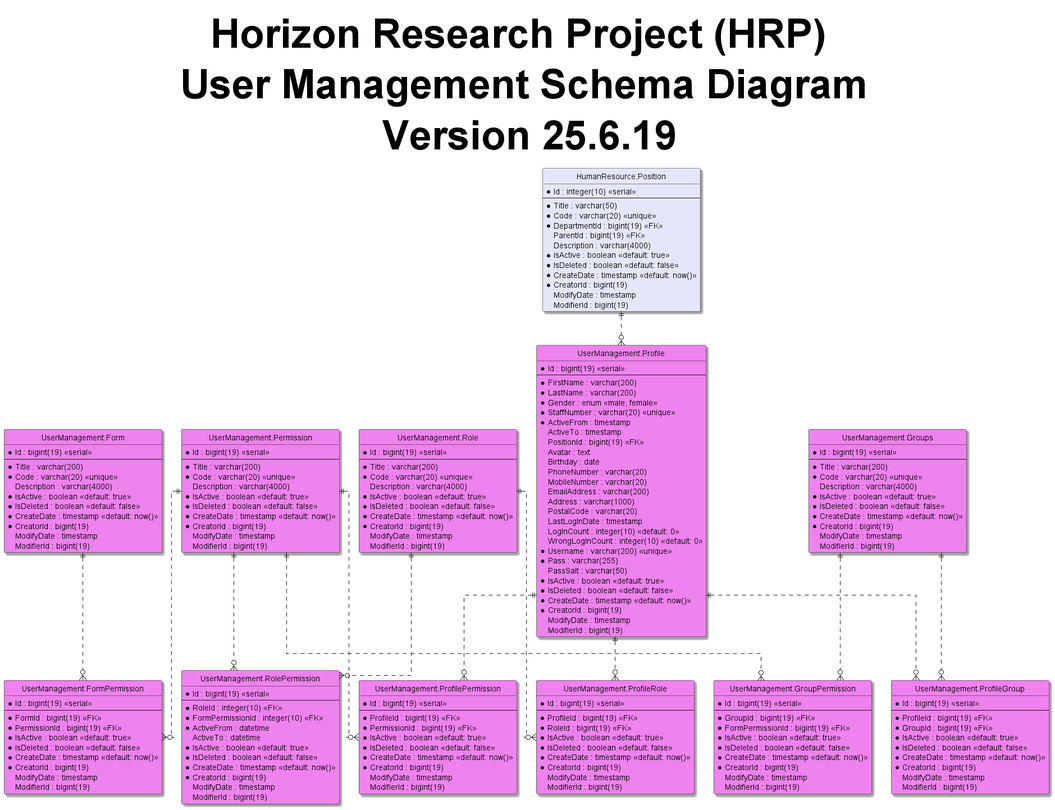
The PlantUML diagram 3-HorizonModeling/3.1-HorizonUml/out/ERD/Schemas/UserManagementSchemaDiagram.png in shadowfox1984/Horizon, before a commit. Its diagram source:
```plantuml
@startuml
hide circle
skinparam classBackgroundColor #Business
skinparam linetype ortho
skinparam Shadowing True
skinparam TitleFontSize 72pt

title Horizon Research Project (HRP) \n User Management Schema Diagram \n Version 25.6.19

entity "HumanResource.Position" as position #Lavender{
  *Id : integer(10) <<serial>>
  --
  *Title : varchar(50)
  *Code : varchar(20) <<unique>>
  *DepartmentId : bigint(19) <<FK>>
  ParentId : bigint(19) <<FK>>
  Description : varchar(4000)
  *IsActive : boolean <<default: true>>
  *IsDeleted : boolean <<default: false>>
  *CreateDate : timestamp <<default: now()>>
  *CreatorId : bigint(19)
  ModifyDate : timestamp
  ModifierId : bigint(19)
}

entity "UserManagement.Role" as role #Violet{
  *Id : bigint(19) <<serial>>
  --
  *Title : varchar(200)
  *Code : varchar(20) <<unique>>
  Description : varchar(4000)
  *IsActive : boolean <<default: true>>
  *IsDeleted : boolean <<default: false>>
  *CreateDate : timestamp <<default: now()>>
  *CreatorId : bigint(19)
  ModifyDate : timestamp
  ModifierId : bigint(19)
}

entity "UserManagement.Groups" as groups #Violet{
  *Id : bigint(19) <<serial>>
  --
  *Title : varchar(200)
  *Code : varchar(20) <<unique>>
  Description : varchar(4000)
  *IsActive : boolean <<default: true>>
  *IsDeleted : boolean <<default: false>>
  *CreateDate : timestamp <<default: now()>>
  *CreatorId : bigint(19)
  ModifyDate : timestamp
  ModifierId : bigint(19)
}

entity "UserManagement.Permission" as permission #Violet{
  *Id : bigint(19) <<serial>>
  --
  *Title : varchar(200)
  *Code : varchar(20) <<unique>>
  Description : varchar(4000)
  *IsActive : boolean <<default: true>>
  *IsDeleted : boolean <<default: false>>
  *CreateDate : timestamp <<default: now()>>
  *CreatorId : bigint(19)
  ModifyDate : timestamp
  ModifierId : bigint(19)
}

entity "UserManagement.Form" as form #Violet{
  *Id : bigint(19) <<serial>>
  --
  *Title : varchar(200)
  *Code : varchar(20) <<unique>>
  Description : varchar(4000)
  *IsActive : boolean <<default: true>>
  *IsDeleted : boolean <<default: false>>
  *CreateDate : timestamp <<default: now()>>
  *CreatorId : bigint(19)
  ModifyDate : timestamp
  ModifierId : bigint(19)
}

entity "UserManagement.FormPermission" as formPermission #Violet{
  *Id : bigint(19) <<serial>>
  --
  *FormId : bigint(19) <<FK>>
  *PermissionId : bigint(19) <<FK>>
  *IsActive : boolean <<default: true>>
  *IsDeleted : boolean <<default: false>>
  *CreateDate : timestamp <<default: now()>>
  *CreatorId : bigint(19)
  ModifyDate : timestamp
  ModifierId : bigint(19)
}

entity "UserManagement.RolePermission" as rolePermission #Violet{
  *Id : bigint(19) <<serial>>
  --
  *RoleId : integer(10) <<FK>>
  *FormPermissionId : integer(10) <<FK>>
  *ActiveFrom : datetime
  ActiveTo : datetime
  *IsActive : boolean <<default: true>>
  *IsDeleted : boolean <<default: false>>
  *CreateDate : timestamp <<default: now()>>
  *CreatorId : bigint(19)
  ModifyDate : timestamp
  ModifierId : bigint(19)
}

entity "UserManagement.GroupPermission" as groupPermission #Violet{
  *Id : bigint(19) <<serial>>
  --
  *GroupId : bigint(19) <<FK>>
  *FormPermissionId : bigint(19) <<FK>>
  *IsActive : boolean <<default: true>>
  *IsDeleted : boolean <<default: false>>
  *CreateDate : timestamp <<default: now()>>
  *CreatorId : bigint(19)
  ModifyDate : timestamp
  ModifierId : bigint(19)
}

entity "UserManagement.ProfilePermission" as profilePermission #Violet{
  *Id : bigint(19) <<serial>>
  --
  *ProfileId : bigint(19) <<FK>>
  *PermissionId : bigint(19) <<FK>>
  *IsActive : boolean <<default: true>>
  *IsDeleted : boolean <<default: false>>
  *CreateDate : timestamp <<default: now()>>
  *CreatorId : bigint(19)
  ModifyDate : timestamp
  ModifierId : bigint(19)
}

entity "UserManagement.Profile" as profile #Violet{
  *Id : bigint(19) <<serial>>
  --
  *FirstName : varchar(200)
  *LastName : varchar(200)
  *Gender : enum <<male, female>>
  *StaffNumber : varchar(20) <<unique>>
  *ActiveFrom : timestamp
  ActiveTo : timestamp
  PositionId : bigint(19) <<FK>>
  Avatar : text
  Birthday : date
  PhoneNumber : varchar(20)
  MobileNumber : varchar(20)
  EmailAddress : varchar(200)
  Address : varchar(1000)
  PostalCode : varchar(20)
  LastLogInDate : timestamp
  LogInCount : integer(10) <<default: 0>>
  WrongLogInCount : integer(10) <<default: 0>>
  *Username : varchar(200) <<unique>>
  *Pass : varchar(255)
  PassSalt : varchar(50)
  *IsActive : boolean <<default: true>>
  *IsDeleted : boolean <<default: false>>
  *CreateDate : timestamp <<default: now()>>
  *CreatorId : bigint(19)
  ModifyDate : timestamp
  ModifierId : bigint(19)
}

entity "UserManagement.ProfileRole" as profileRole #Violet{
  *Id : bigint(19) <<serial>>
  --
  *ProfileId : bigint(19) <<FK>>
  *RoleId : bigint(19) <<FK>>
  *IsActive : boolean <<default: true>>
  *IsDeleted : boolean <<default: false>>
  *CreateDate : timestamp <<default: now()>>
  *CreatorId : bigint(19)
  ModifyDate : timestamp
  ModifierId : bigint(19)
}

entity "UserManagement.ProfileGroup" as profileGroup #Violet{
  *Id : bigint(19) <<serial>>
  --
  *ProfileId : bigint(19) <<FK>>
  *GroupId : bigint(19) <<FK>>
  *IsActive : boolean <<default: true>>
  *IsDeleted : boolean <<default: false>>
  *CreateDate : timestamp <<default: now()>>
  *CreatorId : bigint(19)
  ModifyDate : timestamp
  ModifierId : bigint(19)
}

form ||..o{ formPermission
permission ||..o{ formPermission
role ||..o{ rolePermission
permission ||..o{ rolePermission
groups ||..o{ groupPermission
permission ||..o{ groupPermission
profile ||..o{ profilePermission
permission ||..o{ profilePermission
profile ||..o{ profileRole
role ||..o{ profileRole
profile ||..o{ profileGroup
groups ||..o{ profileGroup
position ||..o{ profile

@enduml
```
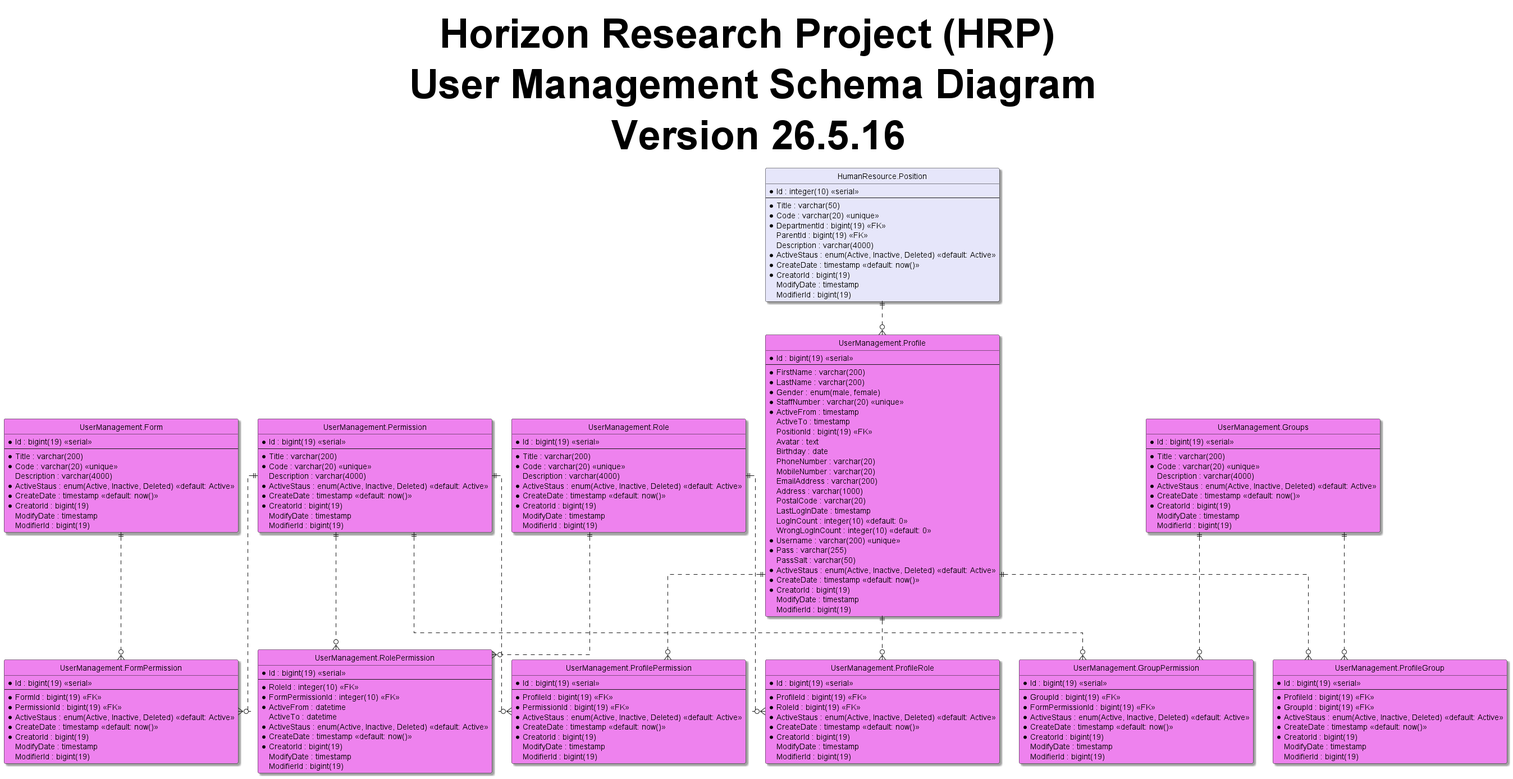
After the commit.

What changed in the source:
```diff
@@ -5,7 +5,7 @@
 skinparam Shadowing True
 skinparam TitleFontSize 72pt
 
-title Horizon Research Project (HRP) \n User Management Schema Diagram \n Version 25.6.19
+title Horizon Research Project (HRP) \n User Management Schema Diagram \n Version 26.5.16
 
 entity "HumanResource.Position" as position #Lavender{
   *Id : integer(10) <<serial>>
@@ -15,8 +15,7 @@
   *DepartmentId : bigint(19) <<FK>>
   ParentId : bigint(19) <<FK>>
   Description : varchar(4000)
-  *IsActive : boolean <<default: true>>
-  *IsDeleted : boolean <<default: false>>
+  *ActiveStaus : enum(Active, Inactive, Deleted) <<default: Active>>
   *CreateDate : timestamp <<default: now()>>
   *CreatorId : bigint(19)
   ModifyDate : timestamp
@@ -29,8 +28,7 @@
   *Title : varchar(200)
   *Code : varchar(20) <<unique>>
   Description : varchar(4000)
-  *IsActive : boolean <<default: true>>
-  *IsDeleted : boolean <<default: false>>
+  *ActiveStaus : enum(Active, Inactive, Deleted) <<default: Active>>
   *CreateDate : timestamp <<default: now()>>
   *CreatorId : bigint(19)
   ModifyDate : timestamp
@@ -43,8 +41,7 @@
   *Title : varchar(200)
   *Code : varchar(20) <<unique>>
   Description : varchar(4000)
-  *IsActive : boolean <<default: true>>
-  *IsDeleted : boolean <<default: false>>
+  *ActiveStaus : enum(Active, Inactive, Deleted) <<default: Active>>
   *CreateDate : timestamp <<default: now()>>
   *CreatorId : bigint(19)
   ModifyDate : timestamp
@@ -57,8 +54,7 @@
   *Title : varchar(200)
   *Code : varchar(20) <<unique>>
   Description : varchar(4000)
-  *IsActive : boolean <<default: true>>
-  *IsDeleted : boolean <<default: false>>
+  *ActiveStaus : enum(Active, Inactive, Deleted) <<default: Active>>
   *CreateDate : timestamp <<default: now()>>
   *CreatorId : bigint(19)
   ModifyDate : timestamp
@@ -71,8 +67,7 @@
   *Title : varchar(200)
   *Code : varchar(20) <<unique>>
   Description : varchar(4000)
-  *IsActive : boolean <<default: true>>
-  *IsDeleted : boolean <<default: false>>
+  *ActiveStaus : enum(Active, Inactive, Deleted) <<default: Active>>
   *CreateDate : timestamp <<default: now()>>
   *CreatorId : bigint(19)
   ModifyDate : timestamp
@@ -84,8 +79,7 @@
   --
   *FormId : bigint(19) <<FK>>
   *PermissionId : bigint(19) <<FK>>
-  *IsActive : boolean <<default: true>>
-  *IsDeleted : boolean <<default: false>>
+  *ActiveStaus : enum(Active, Inactive, Deleted) <<default: Active>>
   *CreateDate : timestamp <<default: now()>>
   *CreatorId : bigint(19)
   ModifyDate : timestamp
@@ -99,8 +93,7 @@
   *FormPermissionId : integer(10) <<FK>>
   *ActiveFrom : datetime
   ActiveTo : datetime
-  *IsActive : boolean <<default: true>>
-  *IsDeleted : boolean <<default: false>>
+  *ActiveStaus : enum(Active, Inactive, Deleted) <<default: Active>>
   *CreateDate : timestamp <<default: now()>>
   *CreatorId : bigint(19)
   ModifyDate : timestamp
@@ -112,8 +105,7 @@
   --
   *GroupId : bigint(19) <<FK>>
   *FormPermissionId : bigint(19) <<FK>>
-  *IsActive : boolean <<default: true>>
-  *IsDeleted : boolean <<default: false>>
+  *ActiveStaus : enum(Active, Inactive, Deleted) <<default: Active>>
   *CreateDate : timestamp <<default: now()>>
   *CreatorId : bigint(19)
   ModifyDate : timestamp
@@ -125,8 +117,7 @@
   --
   *ProfileId : bigint(19) <<FK>>
   *PermissionId : bigint(19) <<FK>>
-  *IsActive : boolean <<default: true>>
-  *IsDeleted : boolean <<default: false>>
+  *ActiveStaus : enum(Active, Inactive, Deleted) <<default: Active>>
   *CreateDate : timestamp <<default: now()>>
   *CreatorId : bigint(19)
   ModifyDate : timestamp
@@ -138,7 +129,7 @@
   --
   *FirstName : varchar(200)
   *LastName : varchar(200)
-  *Gender : enum <<male, female>>
+  *Gender : enum(male, female)
   *StaffNumber : varchar(20) <<unique>>
   *ActiveFrom : timestamp
   ActiveTo : timestamp
@@ -156,8 +147,7 @@
   *Username : varchar(200) <<unique>>
   *Pass : varchar(255)
   PassSalt : varchar(50)
-  *IsActive : boolean <<default: true>>
-  *IsDeleted : boolean <<default: false>>
+  *ActiveStaus : enum(Active, Inactive, Deleted) <<default: Active>>
   *CreateDate : timestamp <<default: now()>>
   *CreatorId : bigint(19)
   ModifyDate : timestamp
@@ -169,8 +159,7 @@
   --
   *ProfileId : bigint(19) <<FK>>
   *RoleId : bigint(19) <<FK>>
-  *IsActive : boolean <<default: true>>
-  *IsDeleted : boolean <<default: false>>
+  *ActiveStaus : enum(Active, Inactive, Deleted) <<default: Active>>
   *CreateDate : timestamp <<default: now()>>
   *CreatorId : bigint(19)
   ModifyDate : timestamp
@@ -182,8 +171,7 @@
   --
   *ProfileId : bigint(19) <<FK>>
   *GroupId : bigint(19) <<FK>>
-  *IsActive : boolean <<default: true>>
-  *IsDeleted : boolean <<default: false>>
+  *ActiveStaus : enum(Active, Inactive, Deleted) <<default: Active>>
   *CreateDate : timestamp <<default: now()>>
   *CreatorId : bigint(19)
   ModifyDate : timestamp
```
